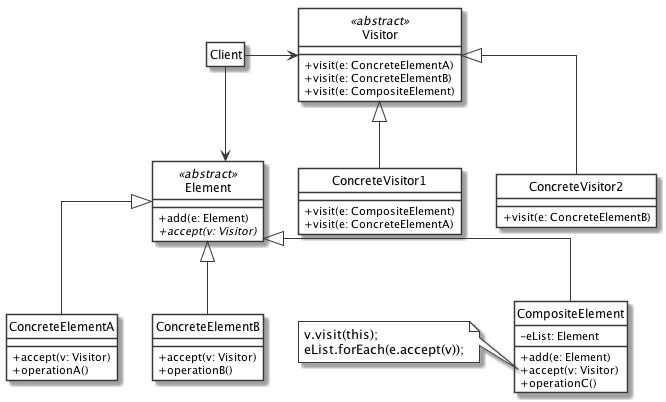
The PlantUML diagram DesignPattern/Visitor/Composite/uml/class_diagram.png in dmi-tutorato-ids/materiale, before a commit.
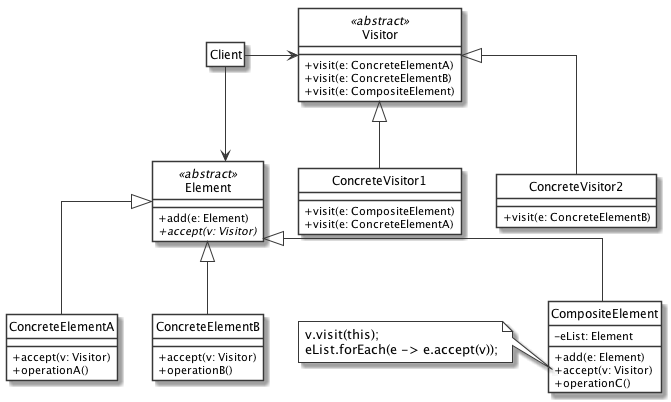
The same diagram one commit later.

Commit message:
doc: update Visitor UML

What changed in the source:
```diff
@@ -52,7 +52,7 @@
 
 note left of CompositeElement::accept
 	v.visit(this);
-	eList.forEach(e.accept(v));
+	eList.forEach(e -> e.accept(v));
 end note
 
 
```
